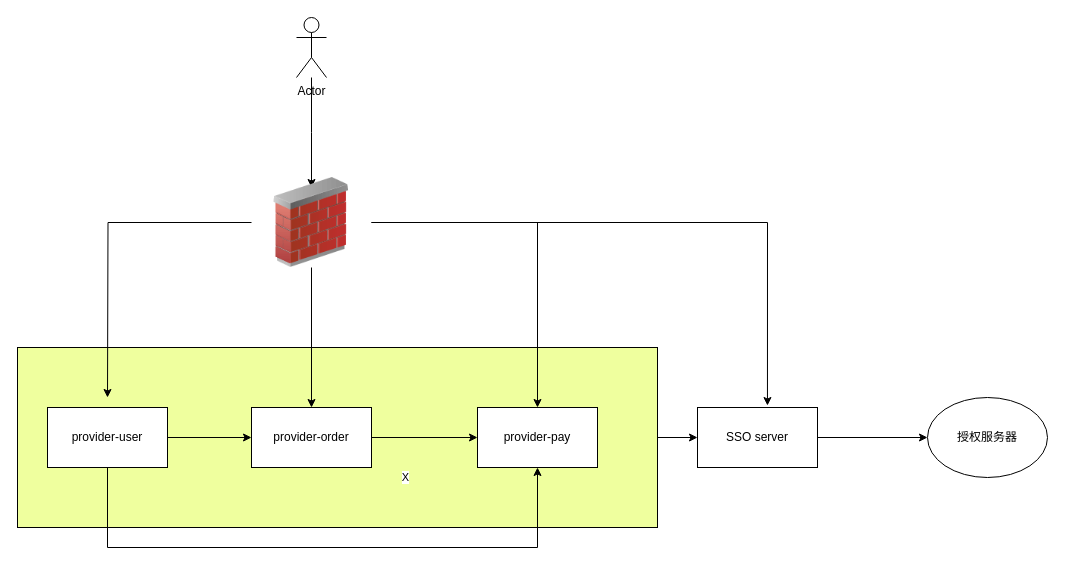
Earlier version of the draw.io diagram auth-micro/微服务认证下的总体架构.drawio (wanlinMa-163/uml). Source tidied: cells renumbered, new cells numbered last; positions are measured from the earlier drawing's top-left corner, leaving out a move shared by most shapes. Both pictures are drawn from the tidied source at 100%, with x=0, y=0 at pixel (17, 17).
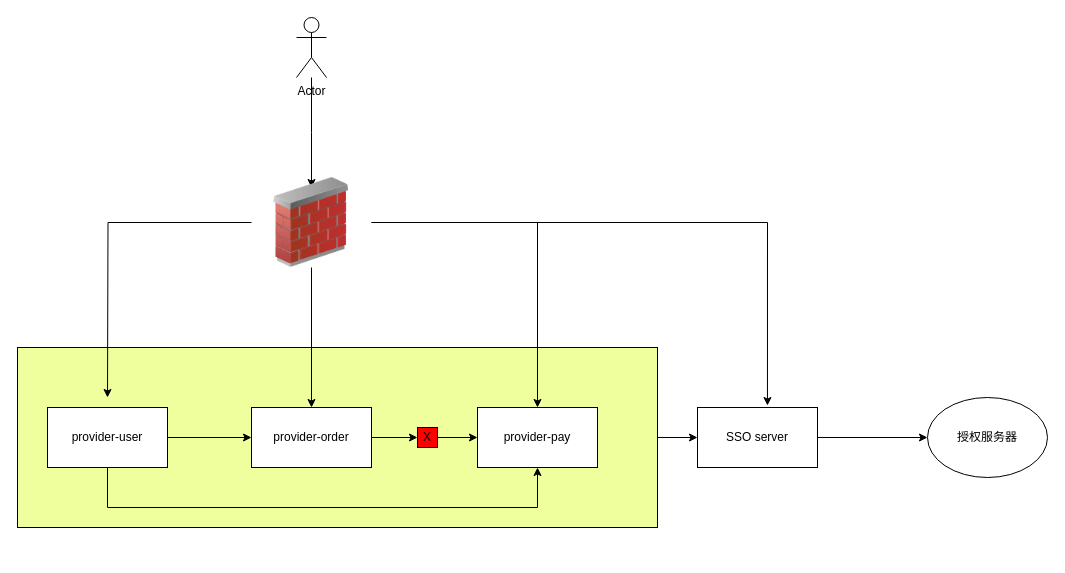
After the change.

Commit message (it also covers changes not shown here):
Update 微服务认证下的总体架构.drawio

Unchanged cells that the change refers to:
```xml
<mxCell id="13" value="provider-user" style="rounded=0;whiteSpace=wrap;html=1;" parent="1" vertex="1">
  <mxGeometry x="30" y="390" width="120" height="60" as="geometry" />
</mxCell>
<mxCell id="16" value="provider-order" style="rounded=0;whiteSpace=wrap;html=1;" parent="1" vertex="1">
  <mxGeometry x="234" y="390" width="120" height="60" as="geometry" />
</mxCell>
<mxCell id="17" value="provider-pay" style="rounded=0;whiteSpace=wrap;html=1;" parent="1" vertex="1">
  <mxGeometry x="460" y="390" width="120" height="60" as="geometry" />
</mxCell>
```

What changed in the source:
```diff
@@
     <mxCell id="12" style="edgeStyle=orthogonalEdgeStyle;rounded=0;jettySize=auto;html=1;" parent="1" edge="1" source="13" target="17">
       <mxGeometry relative="1" as="geometry">
         <Array as="points">
-          <mxPoint x="90" y="530" />
+          <mxPoint x="90" y="490" />
+          <mxPoint x="520" y="490" />
         </Array>
       </mxGeometry>
     </mxCell>
@@
-    <mxCell id="14" style="edgeStyle=orthogonalEdgeStyle;rounded=0;jettySize=auto;html=1;entryX=0;entryY=0.5;entryDx=0;entryDy=0;" parent="1" edge="1" source="16" target="17">
+    <mxCell id="14" style="edgeStyle=orthogonalEdgeStyle;rounded=0;jettySize=auto;html=1;entryX=0;entryY=0.5;entryDx=0;entryDy=0;" parent="1" edge="1" source="15" target="17">
       <mxGeometry relative="1" as="geometry" />
     </mxCell>
-    <mxCell id="15" value="X" style="edgeLabel;html=1;align=center;verticalAlign=middle;points=[];" parent="14" vertex="1">
-      <mxGeometry x="-0.37" y="-3" relative="1" as="geometry">
-        <mxPoint y="36" as="offset" />
-      </mxGeometry>
-    </mxCell>
@@
+    <mxCell id="15" value="X" style="rounded=0;whiteSpace=wrap;html=1;fillColor=#FF0000;" parent="1" vertex="1">
+      <mxGeometry x="400" y="410" width="20" height="20" as="geometry" />
+    </mxCell>
+    <mxCell id="21" style="edgeStyle=orthogonalEdgeStyle;rounded=0;jettySize=auto;html=1;entryX=0;entryY=0.5;entryDx=0;entryDy=0;" parent="1" edge="1" source="16" target="15">
+      <mxGeometry relative="1" as="geometry" />
+    </mxCell>
```
